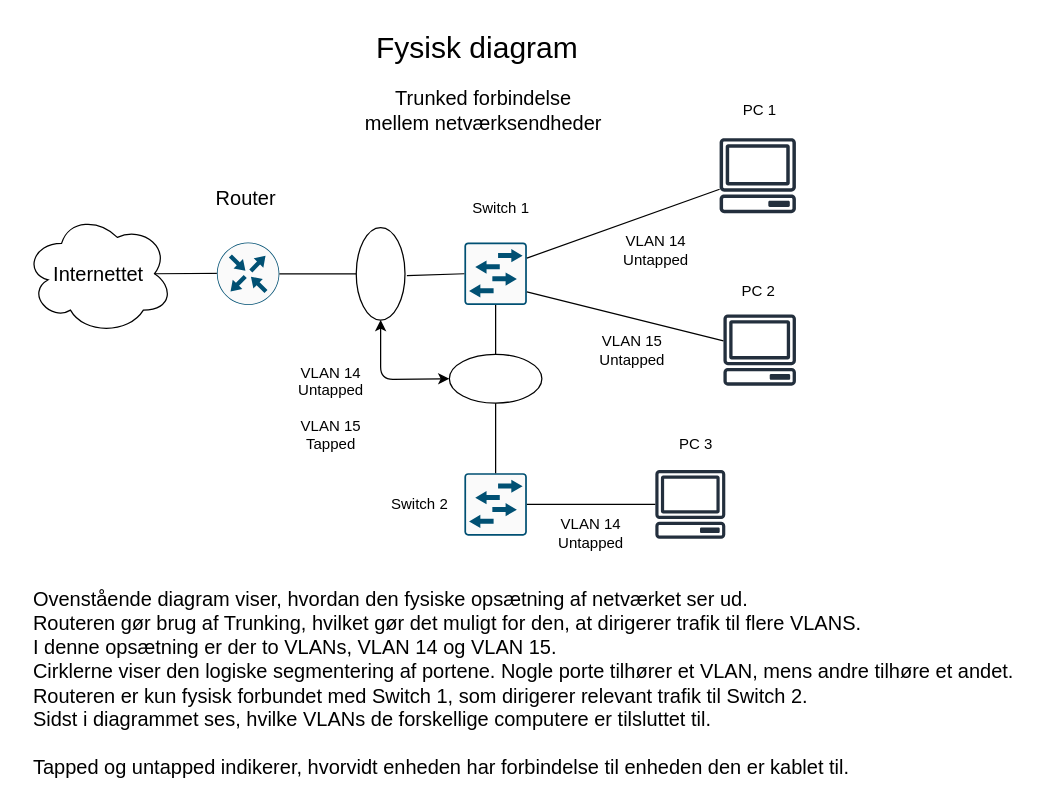
Before: my-project/pages/docs/Exercises/Netsec/Uge8/Øvelse50.drawio in Mikk391e/it-sikkerhed, a draw.io diagram. Source tidied: cells renumbered, new cells numbered last; positions are measured from the earlier drawing's top-left corner, leaving out a move shared by most shapes. Both pictures are drawn from the tidied source at 125%, with x=0, y=0 at pixel (21, 21).
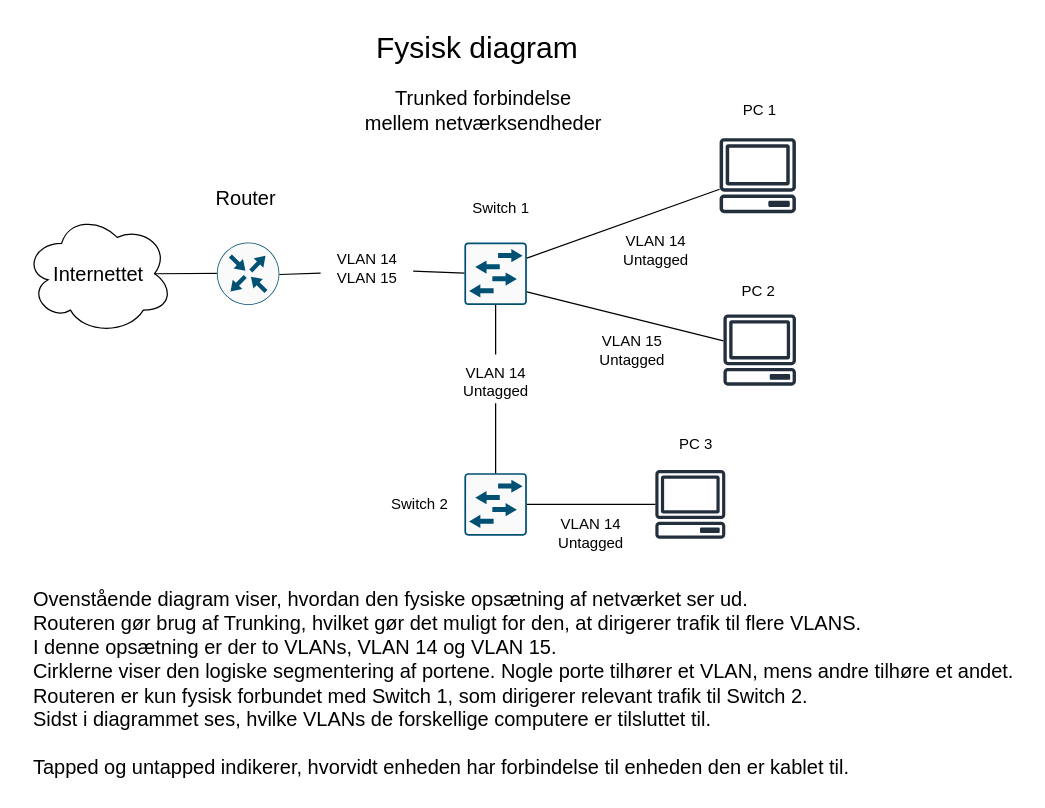
The same diagram, later.

Commit message (it also covers changes not shown here):
changed some details on network diagrams from exercise 50

The change refers to these unchanged cells:
```xml
<mxCell id="5" style="sketch=0;points=[[0.015,0.015,0],[0.985,0.015,0],[0.985,0.985,0],[0.015,0.985,0],[0.25,0,0],[0.5,0,0],[0.75,0,0],[1,0.25,0],[1,0.5,0],[1,0.75,0],[0.75,1,0],[0.5,1,0],[0.25,1,0],[0,0.75,0],[0,0.5,0],[0,0.25,0]];verticalLabelPosition=bottom;html=1;verticalAlign=top;align=center;shape=mxgraph.cisco19.rect;prIcon=l2_switch;fillColor=#FAFAFA;strokeColor=#005073;" parent="1" vertex="1">
  <mxGeometry x="354" y="361" width="50" height="50" as="geometry" />
</mxCell>
<mxCell id="6" style="sketch=0;points=[[0.015,0.015,0],[0.985,0.015,0],[0.985,0.985,0],[0.015,0.985,0],[0.25,0,0],[0.5,0,0],[0.75,0,0],[1,0.25,0],[1,0.5,0],[1,0.75,0],[0.75,1,0],[0.5,1,0],[0.25,1,0],[0,0.75,0],[0,0.5,0],[0,0.25,0]];verticalLabelPosition=bottom;html=1;verticalAlign=top;align=center;shape=mxgraph.cisco19.rect;prIcon=l2_switch;fillColor=#FAFAFA;strokeColor=#005073;" parent="1" vertex="1">
  <mxGeometry x="354" y="176.5" width="50" height="50" as="geometry" />
</mxCell>
<mxCell id="7" style="sketch=0;points=[[0.5,0,0],[1,0.5,0],[0.5,1,0],[0,0.5,0],[0.145,0.145,0],[0.8555,0.145,0],[0.855,0.8555,0],[0.145,0.855,0]];verticalLabelPosition=bottom;html=1;verticalAlign=top;align=center;shape=mxgraph.cisco19.rect;prIcon=router;fillColor=#FAFAFA;strokeColor=#005073;" parent="1" vertex="1">
  <mxGeometry x="156" y="176.5" width="50" height="50" as="geometry" />
</mxCell>
```

Change to the diagram source:
```diff
@@
-    <mxCell id="12" style="ellipse;whiteSpace=wrap;html=1;rotation=-90;" parent="1" vertex="1">
-      <mxGeometry x="250" y="182" width="74" height="39" as="geometry" />
-    </mxCell>
-    <mxCell id="13" style="endArrow=none;html=1;exitX=1;exitY=0.5;exitDx=0;exitDy=0;exitPerimeter=0;" parent="1" edge="1" source="7" target="12">
-      <mxGeometry relative="1" as="geometry" />
-    </mxCell>
-    <mxCell id="14" style="endArrow=none;html=1;entryX=0;entryY=0.5;entryDx=0;entryDy=0;entryPerimeter=0;" parent="1" edge="1" target="6">
-      <mxGeometry relative="1" as="geometry">
-        <mxPoint x="308" y="203" as="sourcePoint" />
-      </mxGeometry>
-    </mxCell>
@@
-    <mxCell id="16" style="ellipse;whiteSpace=wrap;html=1;rotation=0;" parent="1" vertex="1">
-      <mxGeometry x="342" y="266" width="74" height="39" as="geometry" />
-    </mxCell>
-    <mxCell id="17" style="endArrow=none;html=1;entryX=0.5;entryY=1;entryDx=0;entryDy=0;entryPerimeter=0;exitX=0.5;exitY=0;exitDx=0;exitDy=0;" parent="1" edge="1" source="16" target="6">
-      <mxGeometry relative="1" as="geometry" />
+    <mxCell id="17" style="endArrow=none;html=1;entryX=0.5;entryY=1;entryDx=0;entryDy=0;entryPerimeter=0;exitX=0.5;exitY=0;exitDx=0;exitDy=0;" parent="1" edge="1" target="6">
+      <mxGeometry relative="1" as="geometry">
+        <mxPoint x="379" y="266" as="sourcePoint" />
+      </mxGeometry>
     </mxCell>
-    <mxCell id="18" style="endArrow=none;html=1;entryX=0.5;entryY=1;entryDx=0;entryDy=0;exitX=0.5;exitY=0;exitDx=0;exitDy=0;exitPerimeter=0;" parent="1" edge="1" source="5" target="16">
-      <mxGeometry relative="1" as="geometry" />
+    <mxCell id="18" style="endArrow=none;html=1;entryX=0.5;entryY=1;entryDx=0;entryDy=0;exitX=0.5;exitY=0;exitDx=0;exitDy=0;exitPerimeter=0;" parent="1" edge="1" source="5">
+      <mxGeometry relative="1" as="geometry">
+        <mxPoint x="379" y="305" as="targetPoint" />
+      </mxGeometry>
     </mxCell>
@@
-    <mxCell id="20" style="endArrow=classic;startArrow=classic;html=1;exitX=0;exitY=0.5;exitDx=0;exitDy=0;entryX=0;entryY=0.5;entryDx=0;entryDy=0;" parent="1" edge="1" source="12" target="16">
-      <mxGeometry relative="1" as="geometry">
-        <Array as="points">
-          <mxPoint x="287" y="286" />
-        </Array>
-      </mxGeometry>
-    </mxCell>
-    <mxCell id="21" value="VLAN 14&lt;div&gt;&lt;font&gt;Untapped&lt;/font&gt;&lt;br&gt;&lt;div&gt;&lt;br&gt;&lt;/div&gt;&lt;div&gt;VLAN 15&lt;/div&gt;&lt;div&gt;Tapped&lt;/div&gt;&lt;/div&gt;" style="text;html=1;align=center;verticalAlign=middle;strokeColor=none;fillColor=none;" parent="1" vertex="1">
-      <mxGeometry x="212" y="267" width="70" height="84" as="geometry" />
+    <mxCell id="21" value="VLAN 14&lt;div&gt;Untagged&lt;/div&gt;" style="text;html=1;align=center;verticalAlign=middle;strokeColor=none;fillColor=none;" parent="1" vertex="1">
+      <mxGeometry x="344" y="267" width="70" height="41" as="geometry" />
     </mxCell>
@@
-    <mxCell id="24" value="VLAN 14&lt;div&gt;Untapped&lt;/div&gt;" style="text;html=1;align=center;verticalAlign=middle;strokeColor=none;fillColor=none;" parent="1" vertex="1">
+    <mxCell id="24" value="VLAN 14&lt;div&gt;Untagged&lt;/div&gt;" style="text;html=1;align=center;verticalAlign=middle;strokeColor=none;fillColor=none;" parent="1" vertex="1">
       <mxGeometry x="472" y="162" width="70" height="41" as="geometry" />
     </mxCell>
@@
-    <mxCell id="26" value="VLAN 15&lt;div&gt;Untapped&lt;/div&gt;" style="text;html=1;align=center;verticalAlign=middle;strokeColor=none;fillColor=none;" parent="1" vertex="1">
+    <mxCell id="26" value="VLAN 15&lt;div&gt;Untagged&lt;/div&gt;" style="text;html=1;align=center;verticalAlign=middle;strokeColor=none;fillColor=none;" parent="1" vertex="1">
       <mxGeometry x="453" y="242" width="70" height="41" as="geometry" />
     </mxCell>
@@
-    <mxCell id="28" value="VLAN 14&lt;div&gt;Untapped&lt;/div&gt;" style="text;html=1;align=center;verticalAlign=middle;strokeColor=none;fillColor=none;" parent="1" vertex="1">
+    <mxCell id="28" value="VLAN 14&lt;div&gt;Untagged&lt;/div&gt;" style="text;html=1;align=center;verticalAlign=middle;strokeColor=none;fillColor=none;" parent="1" vertex="1">
       <mxGeometry x="420" y="388" width="70" height="41" as="geometry" />
     </mxCell>
@@
+    <mxCell id="33" value="VLAN 14&lt;div&gt;VLAN 15&lt;/div&gt;" style="text;html=1;align=center;verticalAlign=middle;points=[];strokeColor=none;fillColor=none;" parent="1" vertex="1">
+      <mxGeometry x="243" y="176.5" width="66" height="41" as="geometry" />
+    </mxCell>
+    <mxCell id="34" style="endArrow=none;html=1;exitX=0.875;exitY=0.5;exitDx=0;exitDy=0;exitPerimeter=0;" parent="1" edge="1">
+      <mxGeometry relative="1" as="geometry">
+        <mxPoint x="206" y="202.1" as="sourcePoint" />
+        <mxPoint x="239" y="201" as="targetPoint" />
+      </mxGeometry>
+    </mxCell>
+    <mxCell id="35" style="endArrow=none;html=1;exitX=1.061;exitY=0.559;exitDx=0;exitDy=0;exitPerimeter=0;" parent="1" edge="1" source="33">
+      <mxGeometry relative="1" as="geometry">
+        <mxPoint x="354" y="201" as="targetPoint" />
+      </mxGeometry>
+    </mxCell>
```
